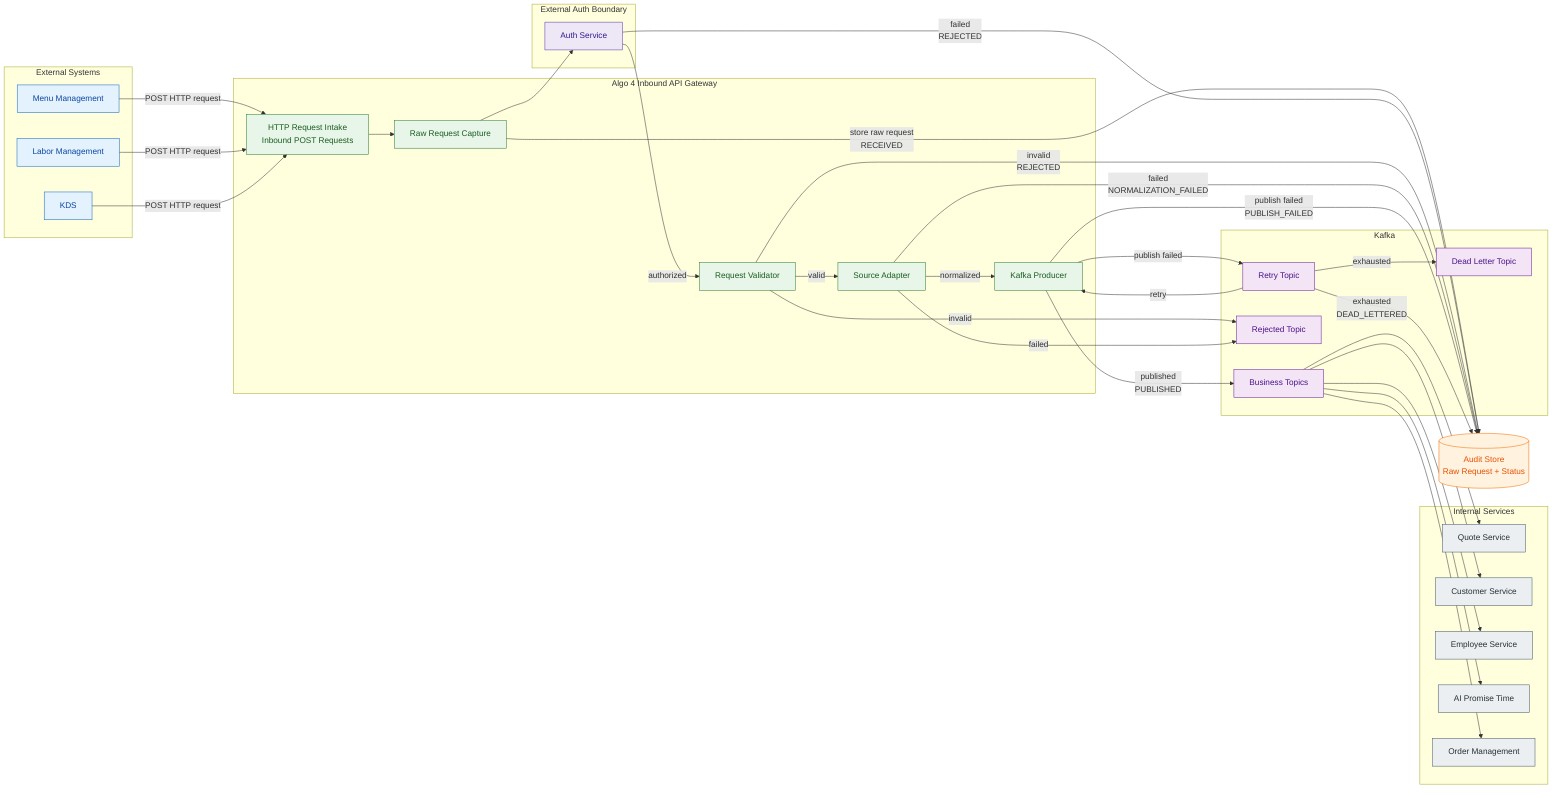
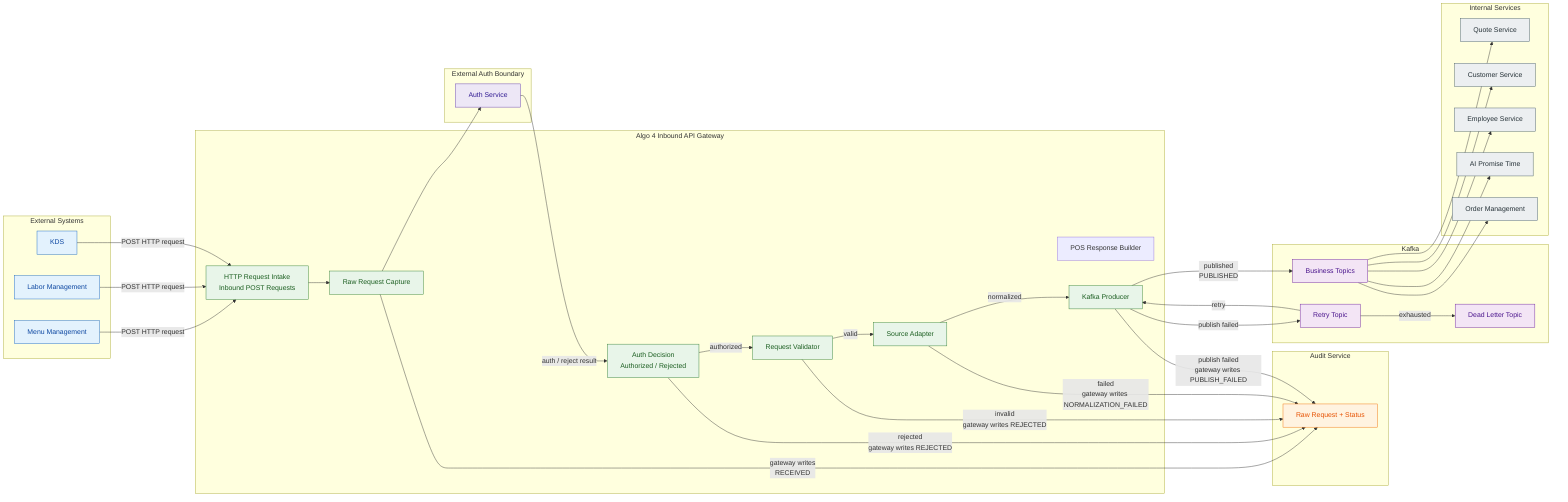
flowchart LR
  %% Algo 4 Inbound API Gateway - Kafka Architecture

  subgraph External["External Systems"]
    MenuManagement["Menu Management"]
    LaborManagement["Labor Management"]
    KDS["KDS"]
  end

  subgraph Auth["External Auth Boundary"]
    AuthService["Auth Service"]
  end

  subgraph Gateway["Algo 4 Inbound API Gateway"]
    Intake["HTTP Request Intake<br/>Inbound POST Requests"]
    Capture["Raw Request Capture"]
+     AuthDecision["Auth Decision<br/>Authorized / Rejected"]
    Validator["Request Validator"]
    Adapter["Source Adapter"]
+     ResponseBuilder["POS Response Builder"]
    Producer["Kafka Producer"]
  end

-   AuditStore[("Audit Store<br/>Raw Request + Status")]
+   subgraph Audit["Audit Service"]
+     AuditService["Raw Request + Status"]
+   end

  subgraph Kafka["Kafka"]
    BusinessTopics["Business Topics"]
-     RejectedTopic["Rejected Topic"]
    RetryTopic["Retry Topic"]
    DLQTopic["Dead Letter Topic"]
  end

  subgraph Consumers["Internal Services"]
    Quote["Quote Service"]
    Customer["Customer Service"]
    Employee["Employee Service"]
    PromiseTime["AI Promise Time"]
    Orders["Order Management"]
  end

  MenuManagement -->|"POST HTTP request"| Intake
  LaborManagement -->|"POST HTTP request"| Intake
  KDS -->|"POST HTTP request"| Intake

  Intake --> Capture
-   Capture -->|"store raw request<br/>RECEIVED"| AuditStore
+   Capture -->|"gateway writes<br/>RECEIVED"| AuditService
  Capture --> AuthService

-   AuthService -->|"authorized"| Validator
-   AuthService -->|"failed<br/>REJECTED"| AuditStore
+   AuthService -->|"auth / reject result"| AuthDecision
+   AuthDecision -->|"authorized"| Validator
+   AuthDecision -->|"rejected<br/>gateway writes REJECTED"| AuditService

  Validator -->|"valid"| Adapter
-   Validator -->|"invalid<br/>REJECTED"| AuditStore
-   Validator -->|"invalid"| RejectedTopic
+   Validator -->|"invalid<br/>gateway writes REJECTED"| AuditService

  Adapter -->|"normalized"| Producer
-   Adapter -->|"failed<br/>NORMALIZATION_FAILED"| AuditStore
-   Adapter -->|"failed"| RejectedTopic
+   Adapter -->|"failed<br/>gateway writes NORMALIZATION_FAILED"| AuditService

  Producer -->|"published<br/>PUBLISHED"| BusinessTopics
-   Producer -->|"publish failed<br/>PUBLISH_FAILED"| AuditStore
+   Producer -->|"publish failed<br/>gateway writes PUBLISH_FAILED"| AuditService
  Producer -->|"publish failed"| RetryTopic

  RetryTopic -->|"retry"| Producer
-   RetryTopic -->|"exhausted<br/>DEAD_LETTERED"| AuditStore
  RetryTopic -->|"exhausted"| DLQTopic

  BusinessTopics --> Quote
  BusinessTopics --> Customer
  BusinessTopics --> Employee
  BusinessTopics --> PromiseTime
  BusinessTopics --> Orders

  classDef external fill:#E3F2FD,stroke:#1565C0,stroke-width:1px,color:#0D47A1
  classDef auth fill:#EDE7F6,stroke:#5E35B1,stroke-width:1px,color:#311B92
  classDef gateway fill:#E8F5E9,stroke:#2E7D32,stroke-width:1px,color:#1B5E20
  classDef audit fill:#FFF3E0,stroke:#EF6C00,stroke-width:1px,color:#E65100
  classDef kafka fill:#F3E5F5,stroke:#6A1B9A,stroke-width:1px,color:#4A148C
  classDef consumer fill:#ECEFF1,stroke:#455A64,stroke-width:1px,color:#263238

  class MenuManagement,LaborManagement,KDS external
  class AuthService auth
-   class Intake,Capture,Validator,Adapter,Producer gateway
-   class AuditStore audit
-   class BusinessTopics,RejectedTopic,RetryTopic,DLQTopic kafka
+   class Intake,Capture,AuthDecision,Validator,Adapter,Producer gateway
+   class AuditService audit
+   class BusinessTopics,RetryTopic,DLQTopic kafka
  class Quote,Customer,Employee,PromiseTime,Orders consumer
